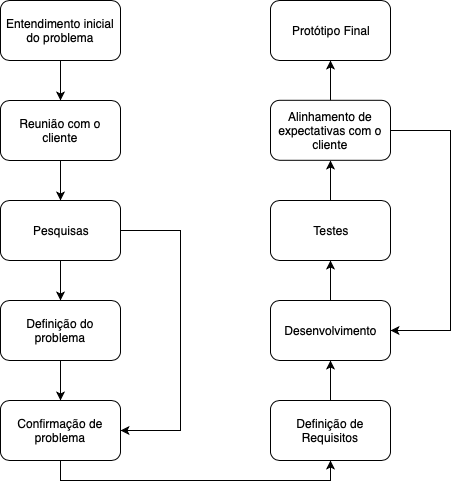
jcsn13/LOUCOmotiva keeps this draw.io diagram as LOUCOMOTIVA/Site/Diagrama.png. Above is the earlier version. Source tidied: cells renumbered, new cells last; positions are measured from the earlier drawing's top-left corner, leaving out a move shared by most shapes.
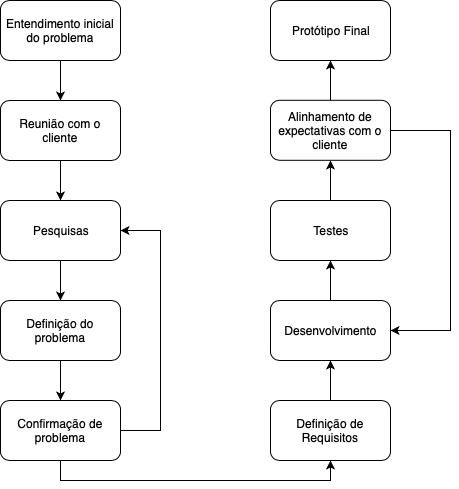
After the change.

Change to the diagram source:
```diff
@@ -28,20 +28,20 @@
     <mxCell id="8" style="edgeStyle=orthogonalEdgeStyle;rounded=0;jettySize=auto;html=1;exitX=0.5;exitY=1;exitDx=0;exitDy=0;entryX=0.5;entryY=1;entryDx=0;entryDy=0;" parent="1" edge="1" source="9" target="7">
       <mxGeometry relative="1" as="geometry" />
     </mxCell>
+    <mxCell id="23" style="edgeStyle=orthogonalEdgeStyle;rounded=0;jettySize=auto;html=1;entryX=1;entryY=0.5;entryDx=0;entryDy=0;" parent="1" edge="1" source="9" target="12">
+      <mxGeometry relative="1" as="geometry">
+        <Array as="points">
+          <mxPoint x="160" y="430" />
+          <mxPoint x="160" y="230" />
+        </Array>
+      </mxGeometry>
+    </mxCell>
     <mxCell id="9" value="Confirmação de problema" style="rounded=1;whiteSpace=wrap;html=1;" parent="1" vertex="1">
       <mxGeometry y="400" width="120" height="60" as="geometry" />
     </mxCell>
     <mxCell id="10" style="edgeStyle=orthogonalEdgeStyle;rounded=0;jettySize=auto;html=1;exitX=0.5;exitY=1;exitDx=0;exitDy=0;entryX=0.5;entryY=0;entryDx=0;entryDy=0;" parent="1" edge="1" source="12" target="16">
       <mxGeometry relative="1" as="geometry" />
     </mxCell>
-    <mxCell id="11" style="edgeStyle=orthogonalEdgeStyle;rounded=0;jettySize=auto;html=1;entryX=1;entryY=0.5;entryDx=0;entryDy=0;" parent="1" edge="1" source="12" target="9">
-      <mxGeometry relative="1" as="geometry">
-        <Array as="points">
-          <mxPoint x="180" y="230" />
-          <mxPoint x="180" y="430" />
-        </Array>
-      </mxGeometry>
-    </mxCell>
     <mxCell id="12" value="Pesquisas&lt;br&gt;" style="rounded=1;whiteSpace=wrap;html=1;" parent="1" vertex="1">
       <mxGeometry y="200" width="120" height="60" as="geometry" />
     </mxCell>
```
